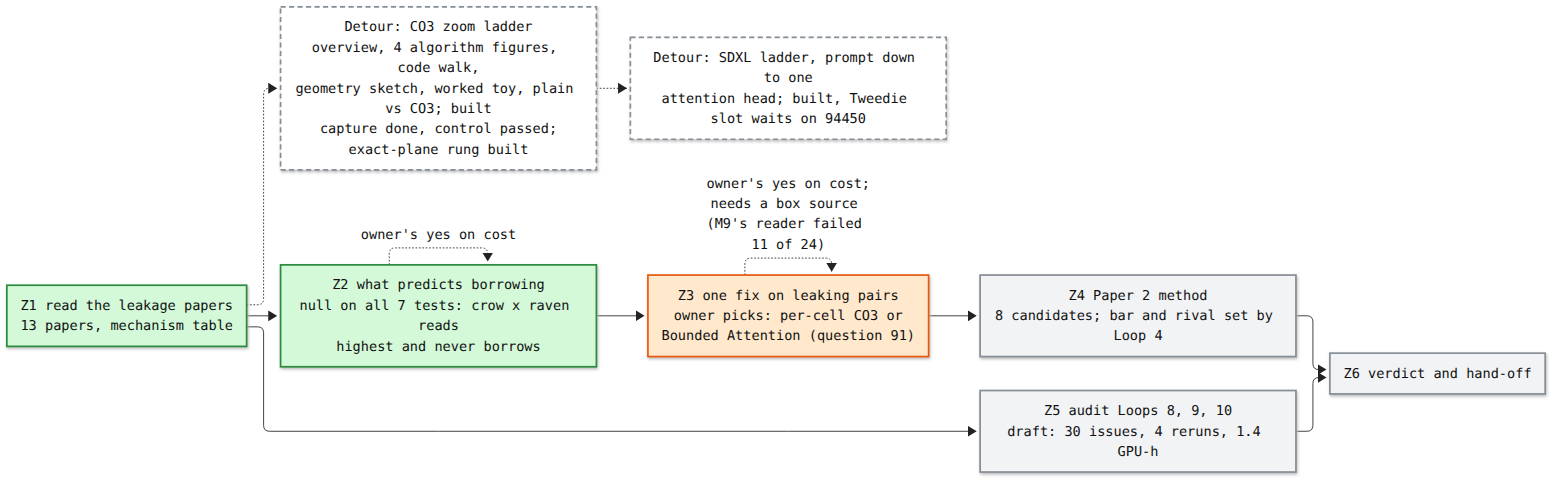
Before: artifacts/notes/progress/leakage/loop-12-progress.png, a diagram exported from Mermaid (mo-rsa24/concept-composition). Its source is kept beside it as artifacts/notes/progress/leakage/loop-12-progress.mmd.
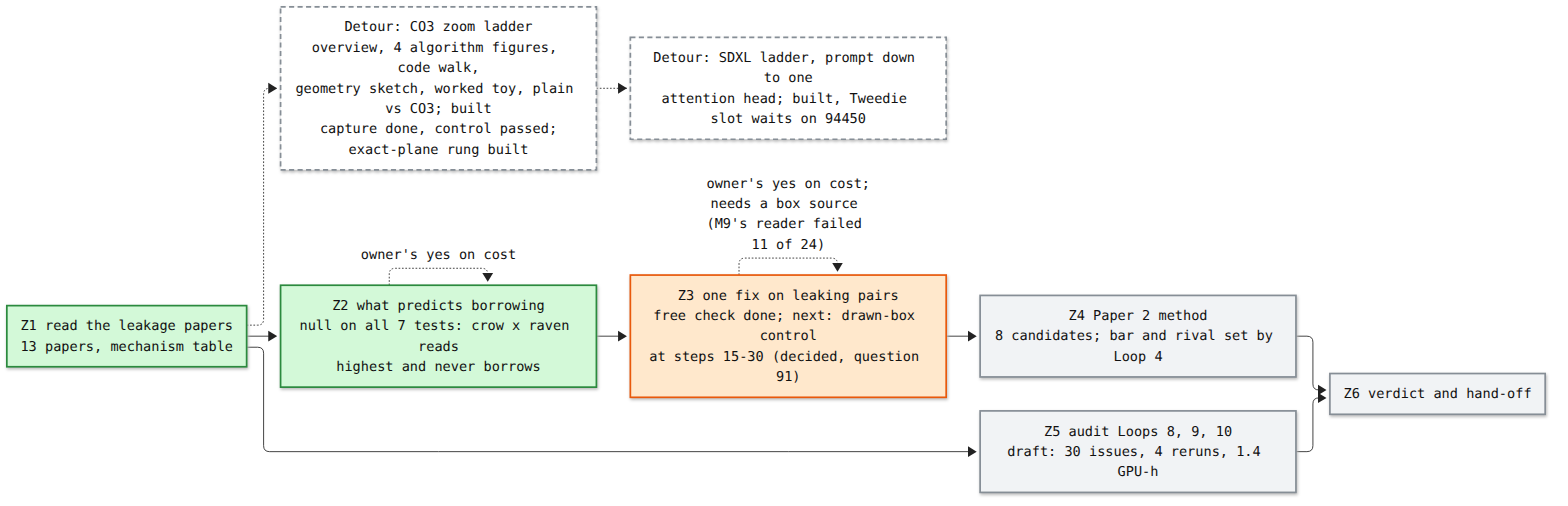
Later version of the same file.

Commit message:
Loop 12 map: Z3 free check done

The edit, as a diff of the source:
```diff
@@ -2,7 +2,7 @@
 flowchart LR
   Z1["Z1 read the leakage papers<br/>13 papers, mechanism table"]:::done
   Z2["Z2 what predicts borrowing<br/>null on all 7 tests: crow x raven reads<br/>highest and never borrows"]:::done
-  Z3["Z3 one fix on leaking pairs<br/>owner picks: per-cell CO3 or<br/>Bounded Attention (question 91)"]:::doing
+  Z3["Z3 one fix on leaking pairs<br/>free check done; next: drawn-box control<br/>at steps 15-30 (decided, question 91)"]:::doing
   Z4["Z4 Paper 2 method<br/>8 candidates; bar and rival set by Loop 4"]:::todo
   Z5["Z5 audit Loops 8, 9, 10<br/>draft: 30 issues, 4 reruns, 1.4 GPU-h"]:::todo
   Z6["Z6 verdict and hand-off"]:::todo
```
